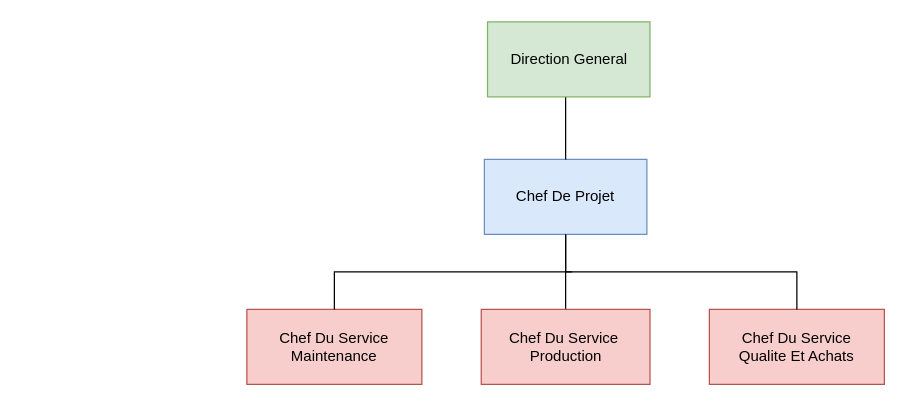
The draw.io diagram University/4th_ING_Software/1st_Semester/Gestion_Projet/TD/TD1/ex2.drawio in rabah-usthb/Documentations, before the edit. Source tidied: cells renumbered, new cells numbered last; positions are measured from the earlier drawing's top-left corner, leaving out a move shared by most shapes. Both pictures are drawn from the tidied source at 125%, with x=0, y=0 at pixel (246, 21).
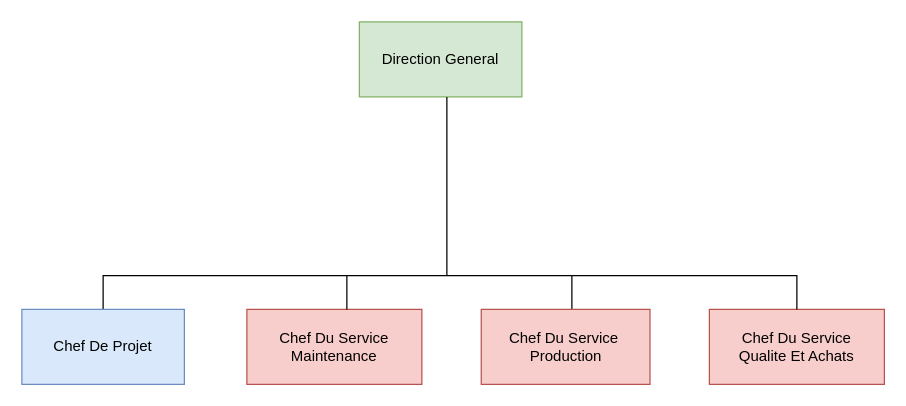
Above is the later version.

Diff of the diagram source:
```diff
@@
 <mxGraphModel>
   <root>
     <mxCell id="0" />
     <mxCell id="1" parent="0" />
-    <mxCell id="2" value="Chef De Projet" style="whiteSpace=wrap;html=1;align=center;newEdgeStyle={&quot;edgeStyle&quot;:&quot;elbowEdgeStyle&quot;,&quot;startArrow&quot;:&quot;none&quot;,&quot;endArrow&quot;:&quot;none&quot;};fillColor=#dae8fc;strokeColor=#6c8ebf;" parent="1" vertex="1">
-      <mxGeometry x="190" y="110" width="130" height="60" as="geometry" />
-    </mxCell>
     <mxCell id="3" value="Chef Du Service&lt;div&gt;Qualite Et Achats&lt;/div&gt;" style="whiteSpace=wrap;html=1;align=center;verticalAlign=middle;newEdgeStyle={&quot;edgeStyle&quot;:&quot;elbowEdgeStyle&quot;,&quot;startArrow&quot;:&quot;none&quot;,&quot;endArrow&quot;:&quot;none&quot;};fillColor=#f8cecc;strokeColor=#b85450;" parent="1" vertex="1">
       <mxGeometry x="370" y="230" width="140" height="60" as="geometry" />
     </mxCell>
-    <mxCell id="4" style="edgeStyle=elbowEdgeStyle;elbow=vertical;sourcePerimeterSpacing=0;targetPerimeterSpacing=0;startArrow=none;endArrow=none;rounded=0;curved=0;exitX=0.5;exitY=1;exitDx=0;exitDy=0;" parent="1" edge="1" source="2" target="3">
-      <mxGeometry relative="1" as="geometry" />
-    </mxCell>
-    <mxCell id="5" style="edgeStyle=elbowEdgeStyle;rounded=0;jettySize=auto;html=1;startArrow=none;endArrow=none;" parent="1" edge="1" source="6" target="2">
-      <mxGeometry relative="1" as="geometry" />
+    <mxCell id="5" style="edgeStyle=elbowEdgeStyle;rounded=0;jettySize=auto;html=1;startArrow=none;endArrow=none;" parent="1" edge="1" source="6">
+      <mxGeometry relative="1" as="geometry">
+        <mxPoint x="260" y="203" as="targetPoint" />
+      </mxGeometry>
     </mxCell>
     <mxCell id="6" value="Chef Du Service&amp;nbsp;&lt;div&gt;Production&lt;/div&gt;" style="whiteSpace=wrap;html=1;align=center;newEdgeStyle={&quot;edgeStyle&quot;:&quot;elbowEdgeStyle&quot;,&quot;startArrow&quot;:&quot;none&quot;,&quot;endArrow&quot;:&quot;none&quot;};fillColor=#f8cecc;strokeColor=#b85450;" parent="1" vertex="1">
       <mxGeometry x="187.5" y="230" width="135" height="60" as="geometry" />
     </mxCell>
     <mxCell id="7" value="Chef Du Service&lt;div&gt;Maintenance&lt;/div&gt;" style="whiteSpace=wrap;html=1;align=center;verticalAlign=middle;newEdgeStyle={&quot;edgeStyle&quot;:&quot;elbowEdgeStyle&quot;,&quot;startArrow&quot;:&quot;none&quot;,&quot;endArrow&quot;:&quot;none&quot;};fillColor=#f8cecc;strokeColor=#b85450;" parent="1" vertex="1">
       <mxGeometry y="230" width="140" height="60" as="geometry" />
     </mxCell>
-    <mxCell id="8" style="edgeStyle=elbowEdgeStyle;elbow=vertical;sourcePerimeterSpacing=0;targetPerimeterSpacing=0;startArrow=none;endArrow=none;rounded=0;curved=0;entryX=0.5;entryY=0;entryDx=0;entryDy=0;" parent="1" edge="1" target="7">
+    <mxCell id="8" style="edgeStyle=elbowEdgeStyle;elbow=vertical;sourcePerimeterSpacing=0;targetPerimeterSpacing=0;startArrow=none;endArrow=none;rounded=0;curved=0;entryX=0.5;entryY=0;entryDx=0;entryDy=0;" parent="1" edge="1">
       <mxGeometry relative="1" as="geometry">
-        <mxPoint x="260" y="200" as="sourcePoint" />
+        <mxPoint x="260" y="203" as="sourcePoint" />
+        <mxPoint x="-115" y="233" as="targetPoint" />
         <Array as="points">
-          <mxPoint x="260" y="200" />
+          <mxPoint x="260" y="203" />
         </Array>
       </mxGeometry>
     </mxCell>
-    <mxCell id="9" style="edgeStyle=elbowEdgeStyle;rounded=0;jettySize=auto;html=1;startArrow=none;endArrow=none;entryX=0.5;entryY=0;entryDx=0;entryDy=0;" parent="1" edge="1" source="10" target="2">
-      <mxGeometry relative="1" as="geometry" />
-    </mxCell>
     <mxCell id="10" value="Direction General" style="whiteSpace=wrap;html=1;align=center;newEdgeStyle={&quot;edgeStyle&quot;:&quot;elbowEdgeStyle&quot;,&quot;startArrow&quot;:&quot;none&quot;,&quot;endArrow&quot;:&quot;none&quot;};fillColor=#d5e8d4;strokeColor=#82b366;" parent="1" vertex="1">
-      <mxGeometry x="192.5" width="130" height="60" as="geometry" />
+      <mxGeometry x="90" width="130" height="60" as="geometry" />
     </mxCell>
+    <mxCell id="2" value="Chef De Projet" style="whiteSpace=wrap;html=1;align=center;newEdgeStyle={&quot;edgeStyle&quot;:&quot;elbowEdgeStyle&quot;,&quot;startArrow&quot;:&quot;none&quot;,&quot;endArrow&quot;:&quot;none&quot;};fillColor=#dae8fc;strokeColor=#6c8ebf;" parent="1" vertex="1">
+      <mxGeometry x="-180" y="230" width="130" height="60" as="geometry" />
+    </mxCell>
+    <mxCell id="11" style="edgeStyle=elbowEdgeStyle;rounded=0;orthogonalLoop=1;jettySize=auto;html=1;startArrow=none;endArrow=none;" parent="1" edge="1">
+      <mxGeometry relative="1" as="geometry">
+        <mxPoint x="80" y="230" as="sourcePoint" />
+        <mxPoint x="80" y="203" as="targetPoint" />
+      </mxGeometry>
+    </mxCell>
+    <mxCell id="12" style="endArrow=none;html=1;rounded=0;" parent="1" edge="1">
+      <mxGeometry relative="1" as="geometry">
+        <mxPoint x="260" y="203" as="sourcePoint" />
+        <mxPoint x="440" y="203" as="targetPoint" />
+      </mxGeometry>
+    </mxCell>
+    <mxCell id="13" style="endArrow=none;html=1;rounded=0;exitX=0.5;exitY=0;exitDx=0;exitDy=0;" parent="1" edge="1" source="3">
+      <mxGeometry relative="1" as="geometry">
+        <mxPoint x="440" y="202.5" as="targetPoint" />
+      </mxGeometry>
+    </mxCell>
+    <mxCell id="14" style="endArrow=none;html=1;rounded=0;" parent="1" edge="1">
+      <mxGeometry relative="1" as="geometry">
+        <mxPoint x="160" y="203" as="sourcePoint" />
+        <mxPoint x="160" y="60" as="targetPoint" />
+      </mxGeometry>
+    </mxCell>
   </root>
 </mxGraphModel>
```
